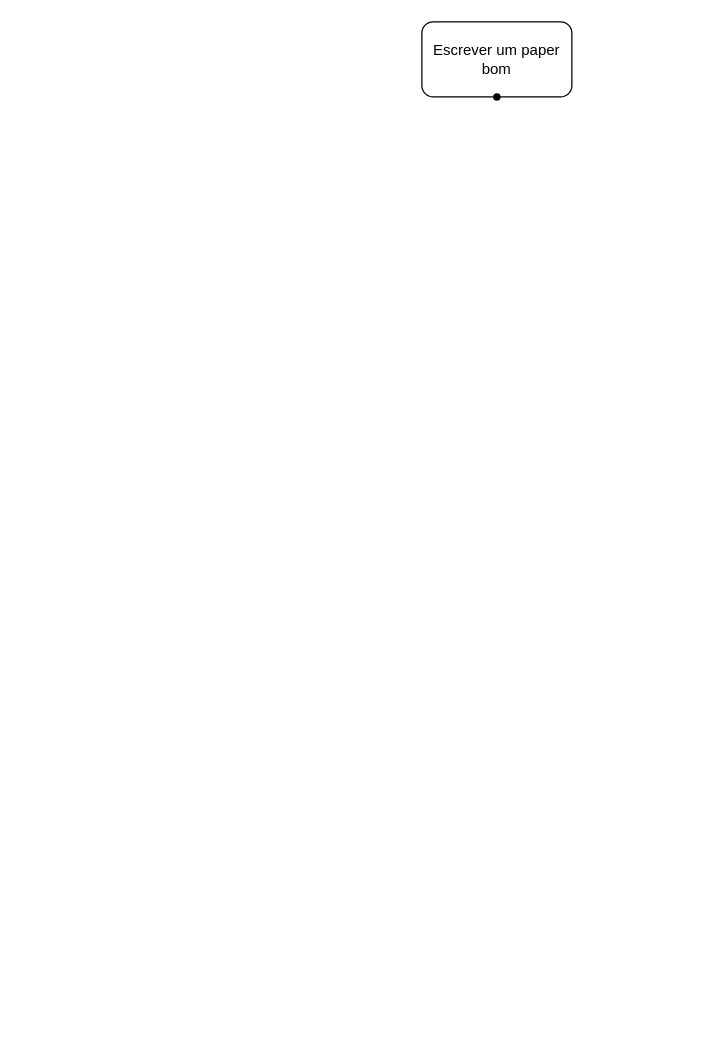
wellington36/beginner keeps this draw.io diagram as Untitled Diagram.drawio. Above is the earlier version. Source tidied: cells renumbered, new cells numbered last; positions are measured from the earlier drawing's top-left corner, leaving out a move shared by most shapes. Both pictures are drawn from the tidied source at 125%, with x=0, y=0 at pixel (421, 21).
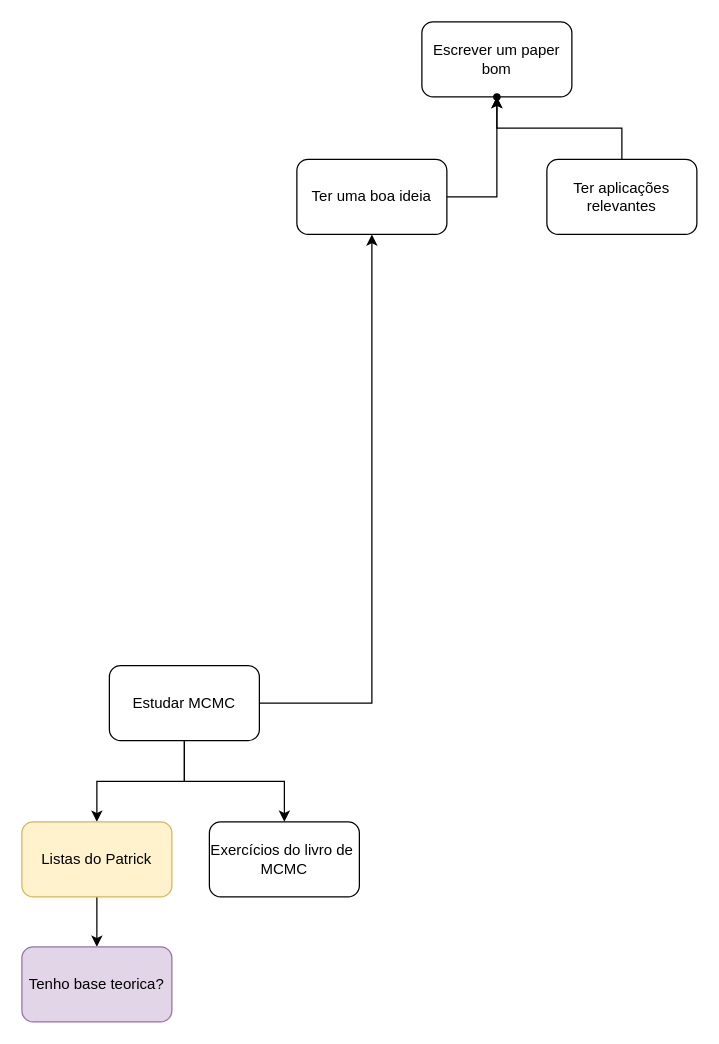
Above is the later version.

Diff of the diagram source:
```diff
@@
 <mxGraphModel>
   <root>
     <mxCell id="0" />
     <mxCell id="1" parent="0" />
     <mxCell id="2" value="Escrever um paper bom" style="rounded=1;whiteSpace=wrap;html=1;" parent="1" vertex="1">
       <mxGeometry width="120" height="60" as="geometry" />
     </mxCell>
     <mxCell id="3" style="shape=waypoint;sketch=0;size=6;points=[];fillColor=default;perimeter=centerPerimeter;snapToPoint=1;" parent="1" vertex="1">
       <mxGeometry x="50" y="50" width="20" height="20" as="geometry" />
     </mxCell>
+    <mxCell id="4" style="edgeStyle=orthogonalEdgeStyle;rounded=0;jettySize=auto;html=1;" parent="1" edge="1" source="7" target="9">
+      <mxGeometry relative="1" as="geometry" />
+    </mxCell>
+    <mxCell id="5" style="edgeStyle=orthogonalEdgeStyle;rounded=0;jettySize=auto;html=1;" parent="1" edge="1" source="7" target="10">
+      <mxGeometry relative="1" as="geometry" />
+    </mxCell>
+    <mxCell id="6" style="edgeStyle=orthogonalEdgeStyle;rounded=0;jettySize=auto;html=1;entryX=0.5;entryY=1;entryDx=0;entryDy=0;" parent="1" edge="1" source="7" target="13">
+      <mxGeometry relative="1" as="geometry" />
+    </mxCell>
+    <mxCell id="7" value="Estudar MCMC" style="rounded=1;whiteSpace=wrap;html=1;" parent="1" vertex="1">
+      <mxGeometry x="-250" y="515" width="120" height="60" as="geometry" />
+    </mxCell>
+    <mxCell id="8" style="edgeStyle=orthogonalEdgeStyle;rounded=0;jettySize=auto;html=1;" parent="1" edge="1" source="9" target="11">
+      <mxGeometry relative="1" as="geometry" />
+    </mxCell>
+    <mxCell id="9" value="Listas do Patrick" style="whiteSpace=wrap;html=1;rounded=1;fillColor=#fff2cc;strokeColor=#d6b656;" parent="1" vertex="1">
+      <mxGeometry x="-320" y="640" width="120" height="60" as="geometry" />
+    </mxCell>
+    <mxCell id="10" value="Exercícios do livro de&amp;nbsp;&lt;div&gt;MCMC&lt;/div&gt;" style="whiteSpace=wrap;html=1;rounded=1;" parent="1" vertex="1">
+      <mxGeometry x="-170" y="640" width="120" height="60" as="geometry" />
+    </mxCell>
+    <mxCell id="11" value="Tenho base teorica?" style="whiteSpace=wrap;html=1;fillColor=#e1d5e7;strokeColor=#9673a6;rounded=1;" parent="1" vertex="1">
+      <mxGeometry x="-320" y="740" width="120" height="60" as="geometry" />
+    </mxCell>
+    <mxCell id="12" style="edgeStyle=orthogonalEdgeStyle;rounded=0;jettySize=auto;html=1;" parent="1" edge="1" source="13" target="3">
+      <mxGeometry relative="1" as="geometry" />
+    </mxCell>
+    <mxCell id="13" value="Ter uma boa ideia" style="rounded=1;whiteSpace=wrap;html=1;" parent="1" vertex="1">
+      <mxGeometry x="-100" y="110" width="120" height="60" as="geometry" />
+    </mxCell>
+    <mxCell id="14" style="edgeStyle=orthogonalEdgeStyle;rounded=0;jettySize=auto;html=1;" parent="1" edge="1" source="15" target="2">
+      <mxGeometry relative="1" as="geometry" />
+    </mxCell>
+    <mxCell id="15" value="Ter aplicações relevantes" style="rounded=1;whiteSpace=wrap;html=1;" parent="1" vertex="1">
+      <mxGeometry x="100" y="110" width="120" height="60" as="geometry" />
+    </mxCell>
   </root>
 </mxGraphModel>
```
